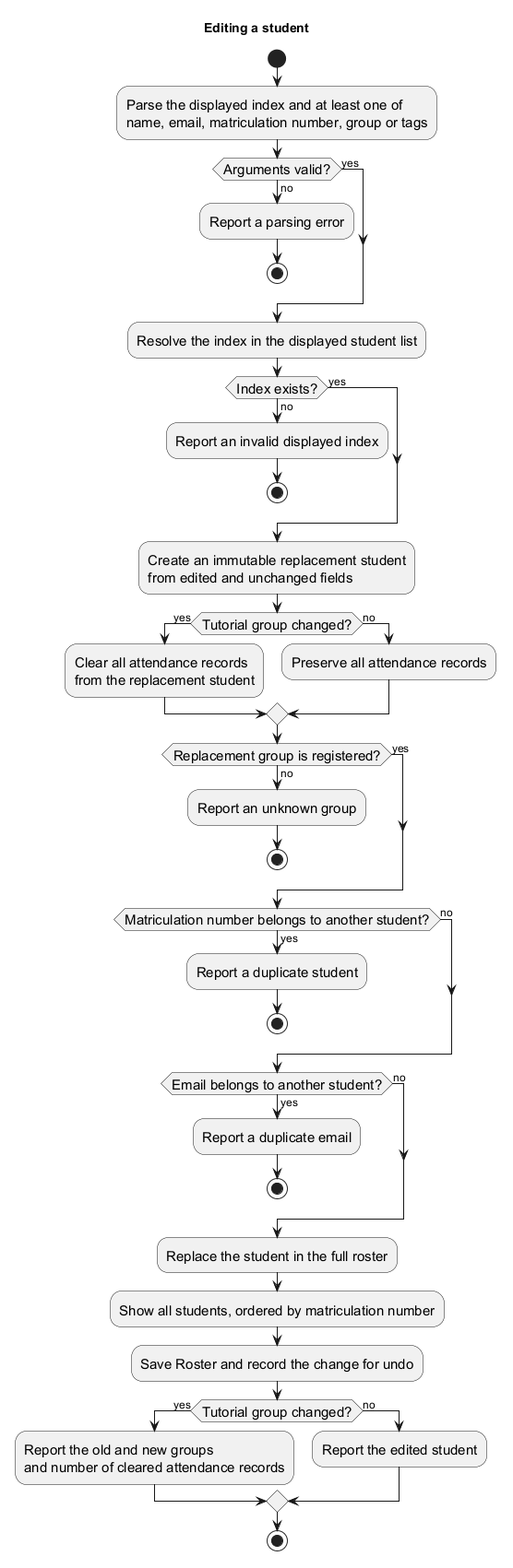
The PlantUML diagram docs/images/EditStudentActivityDiagram.png in AY2627S1-CS2103T-F12-4/tp, before a commit.
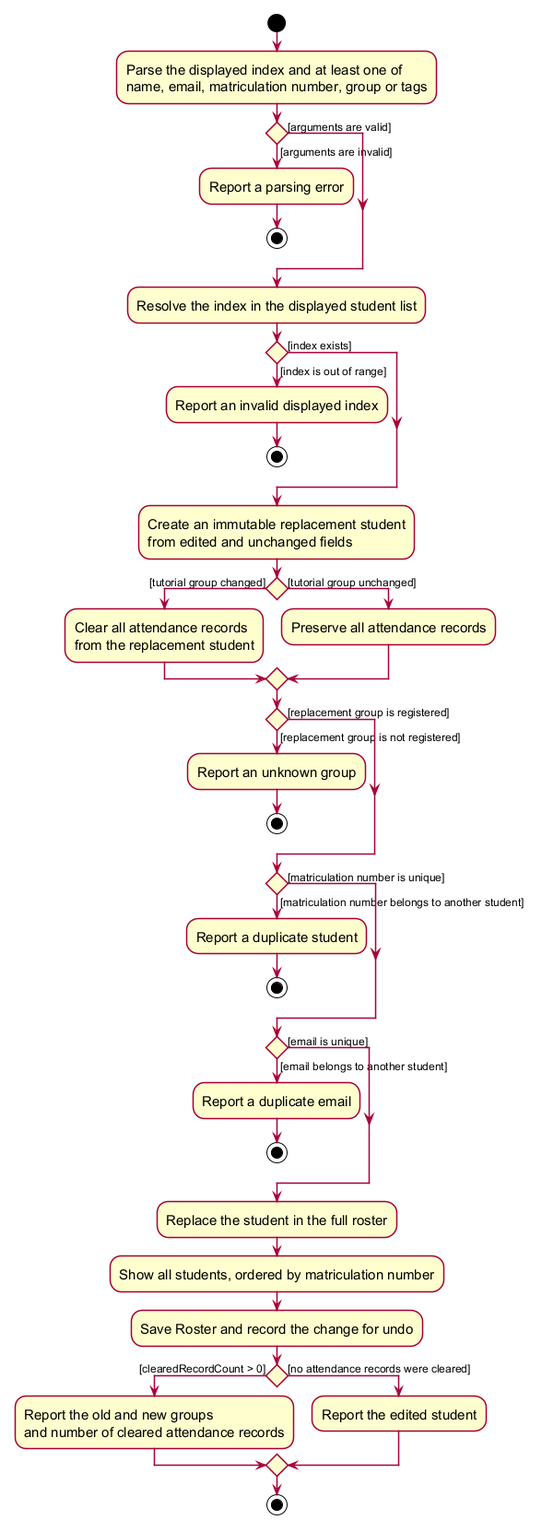
After the change.

Commit message:
Address UML diagram review comments

The edit, as a diff of the source:
```diff
@@ -1,59 +1,59 @@
 @startuml
+skin rose
 skinparam ActivityFontSize 15
 skinparam ArrowFontSize 12
 skinparam Shadowing false
-title Editing a student
 
 start
 :Parse the displayed index and at least one of
 name, email, matriculation number, group or tags;
-if (Arguments valid?) then (yes)
-else (no)
+if () then ([arguments are invalid])
     :Report a parsing error;
     stop
+else ([arguments are valid])
 endif
 
 :Resolve the index in the displayed student list;
-if (Index exists?) then (yes)
-else (no)
+if () then ([index is out of range])
     :Report an invalid displayed index;
     stop
+else ([index exists])
 endif
 
 :Create an immutable replacement student
 from edited and unchanged fields;
-if (Tutorial group changed?) then (yes)
+if () then ([tutorial group changed])
     :Clear all attendance records
     from the replacement student;
-else (no)
+else ([tutorial group unchanged])
     :Preserve all attendance records;
 endif
 
-if (Replacement group is registered?) then (yes)
-else (no)
+if () then ([replacement group is not registered])
     :Report an unknown group;
     stop
+else ([replacement group is registered])
 endif
 
-if (Matriculation number belongs to another student?) then (yes)
+if () then ([matriculation number belongs to another student])
     :Report a duplicate student;
     stop
-else (no)
+else ([matriculation number is unique])
 endif
 
-if (Email belongs to another student?) then (yes)
+if () then ([email belongs to another student])
     :Report a duplicate email;
     stop
-else (no)
+else ([email is unique])
 endif
 
 :Replace the student in the full roster;
 :Show all students, ordered by matriculation number;
 :Save Roster and record the change for undo;
-if (Tutorial group changed?) then (yes)
+if () then ([clearedRecordCount > 0])
     :Report the old and new groups
     and number of cleared attendance records;
-else (no)
+else ([no attendance records were cleared])
     :Report the edited student;
 endif
 stop
```
